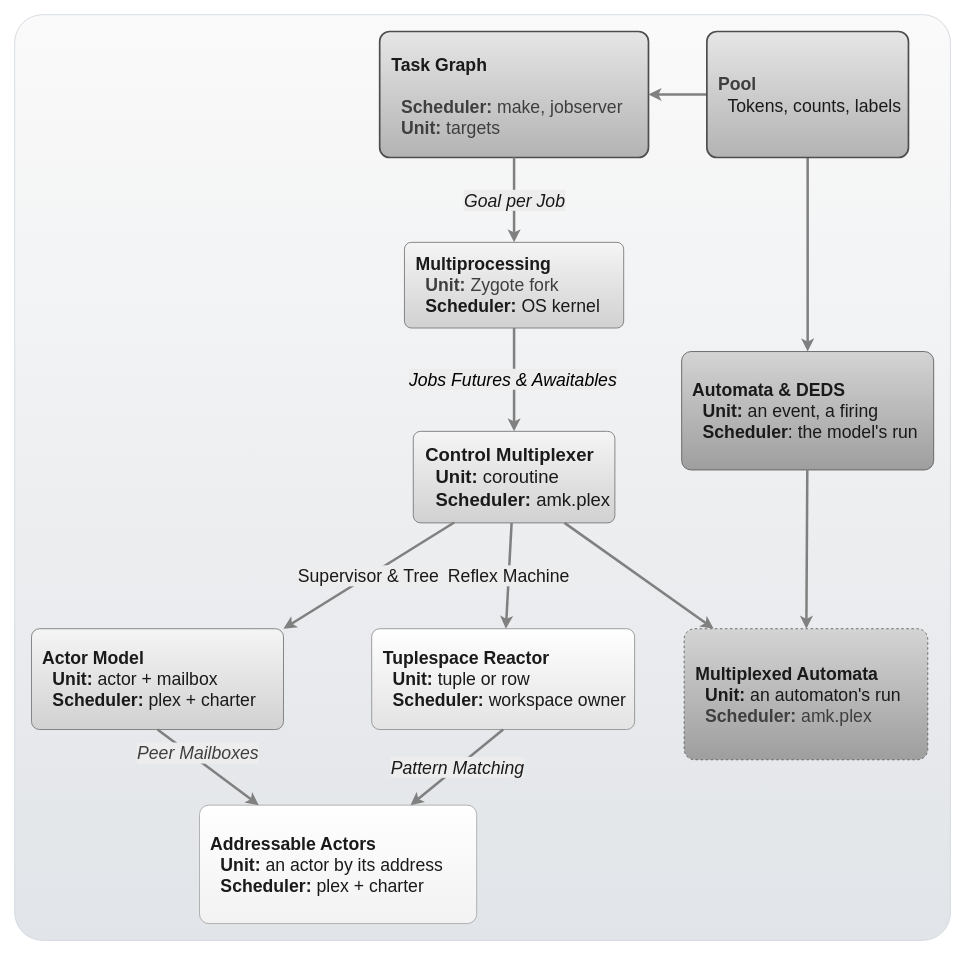
Earlier version of the draw.io diagram docs/img/runtime.drawio (Robot-Wranglers/ape-make). Source tidied: cells renumbered, new cells numbered last; positions are measured from the earlier drawing's top-left corner, leaving out a move shared by most shapes. Both pictures are drawn from the tidied source at 84%, with x=0, y=0 at pixel (14, 14).
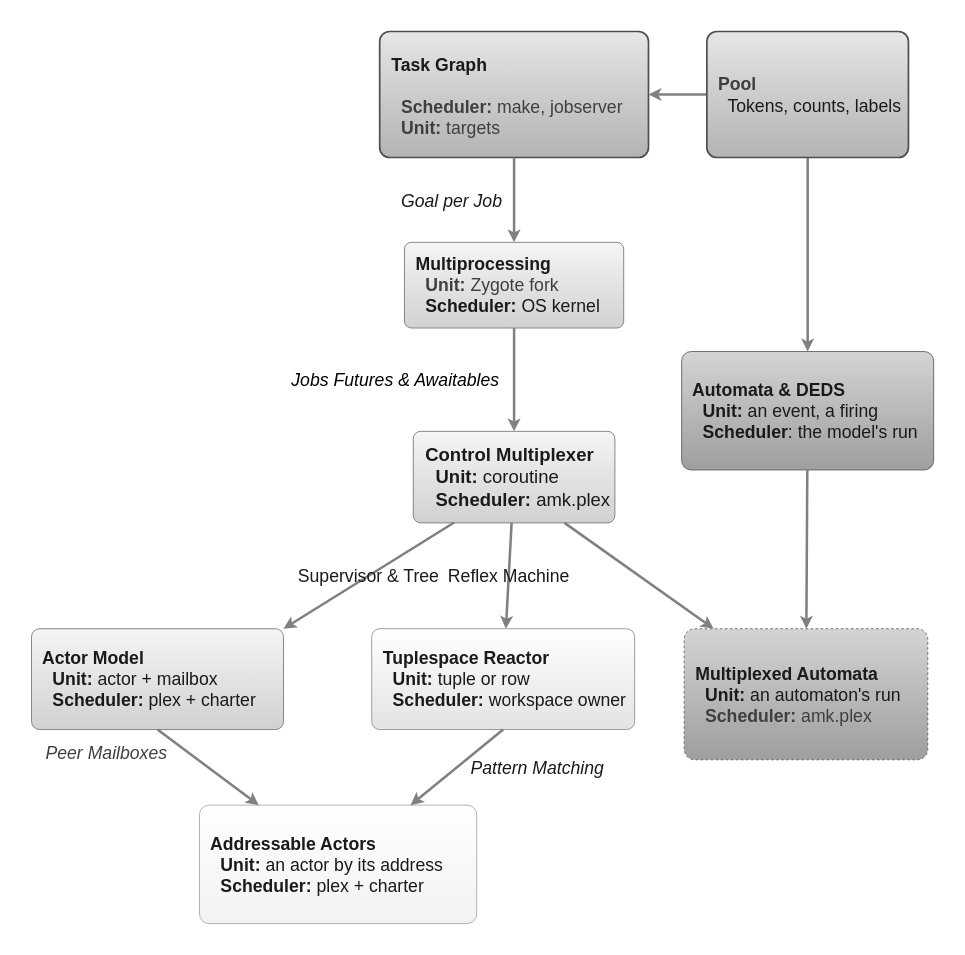
After the change.

The change refers to these unchanged cells:
```xml
<mxCell id="3" value="&lt;div&gt;&lt;font style=&quot;&quot;&gt;&lt;font style=&quot;font-size: 21px;&quot;&gt;&lt;b style=&quot;&quot;&gt;&lt;br&gt;&lt;/b&gt;&lt;/font&gt;&lt;/font&gt;&lt;/div&gt;&lt;font style=&quot;&quot;&gt;&lt;font style=&quot;font-size: 21px;&quot;&gt;&lt;b style=&quot;&quot;&gt;&amp;nbsp; Task Graph&lt;/b&gt;&lt;br&gt;&lt;/font&gt;&lt;div style=&quot;&quot;&gt;&lt;span style=&quot;color: rgb(63, 63, 63); background-color: transparent;&quot;&gt;&lt;font style=&quot;font-size: 21px;&quot;&gt;&lt;br&gt;&lt;/font&gt;&lt;/span&gt;&lt;/div&gt;&lt;div style=&quot;&quot;&gt;&lt;span style=&quot;color: rgb(63, 63, 63); background-color: transparent;&quot;&gt;&lt;font style=&quot;font-size: 21px;&quot;&gt;&lt;b&gt;&amp;nbsp; &amp;nbsp; Scheduler:&lt;/b&gt; make, jobserver&lt;/font&gt;&lt;/span&gt;&lt;/div&gt;&lt;div style=&quot;&quot;&gt;&lt;span style=&quot;color: rgb(63, 63, 63); background-color: transparent;&quot;&gt;&lt;font style=&quot;font-size: 21px;&quot;&gt;&lt;b&gt;&amp;nbsp; &amp;nbsp; Unit:&lt;/b&gt; targets&lt;/font&gt;&lt;/span&gt;&lt;/div&gt;&lt;div style=&quot;font-size: 18px;&quot;&gt;&lt;br&gt;&lt;/div&gt;&lt;/font&gt;" style="rounded=1;arcSize=8;whiteSpace=wrap;html=1;fillColor=#E6E6E6;gradientColor=#B3B3B3;strokeColor=#4D4D4D;fontColor=#1a1a1a;fontSize=14;strokeWidth=2;align=left;" parent="1" vertex="1">
  <mxGeometry x="434.5" y="20" width="320" height="150" as="geometry" />
</mxCell>
<mxCell id="4" value="&lt;font style=&quot;font-size: 21px;&quot;&gt;&lt;b style=&quot;&quot;&gt;&amp;nbsp; Multiprocessing&lt;/b&gt;&lt;/font&gt;&lt;div&gt;&lt;font style=&quot;font-size: 21px;&quot;&gt;&lt;b style=&quot;color: rgb(63, 63, 63); background-color: transparent;&quot;&gt;&amp;nbsp; &amp;nbsp; Unit:&lt;/b&gt;&lt;span style=&quot;color: rgb(63, 63, 63); background-color: transparent;&quot;&gt;&amp;nbsp;Zygote fork&amp;nbsp;&lt;/span&gt;&lt;b style=&quot;&quot;&gt;&lt;br&gt;&lt;/b&gt;&lt;b&gt;&amp;nbsp; &amp;nbsp; Scheduler:&lt;/b&gt; OS kernel&lt;/font&gt;&lt;/div&gt;" style="rounded=1;arcSize=8;whiteSpace=wrap;html=1;fillColor=#F5F5F5;gradientColor=#D1D1D1;strokeColor=#737373;fontColor=#1a1a1a;fontSize=14;fontFamily=Helvetica;fontColor=#1a1a1a;fontStyle=0;align=left;verticalAlign=middle;" parent="1" vertex="1">
  <mxGeometry x="464" y="271" width="261" height="102" as="geometry" />
</mxCell>
<mxCell id="5" value="&lt;font style=&quot;font-size: 22px;&quot;&gt;&lt;b style=&quot;&quot;&gt;&amp;nbsp; Control Multiplexer&lt;/b&gt;&lt;br&gt;&lt;b&gt;&amp;nbsp; &amp;nbsp; Unit:&lt;/b&gt; coroutine&lt;br&gt;&amp;nbsp; &amp;nbsp; &lt;b&gt;Scheduler:&lt;/b&gt; amk.plex&lt;/font&gt;" style="rounded=1;arcSize=8;whiteSpace=wrap;html=1;fillColor=#F5F5F5;gradientColor=#D1D1D1;strokeColor=#737373;fontColor=#1a1a1a;fontSize=14;align=left;" parent="1" vertex="1">
  <mxGeometry x="474.5" y="496" width="240" height="109" as="geometry" />
</mxCell>
<mxCell id="6" value="&lt;font style=&quot;font-size: 21px;&quot;&gt;&lt;b style=&quot;&quot;&gt;&amp;nbsp; Automata &amp;amp; DEDS&lt;/b&gt;&lt;br&gt;&amp;nbsp; &amp;nbsp; &lt;b&gt;Unit:&lt;/b&gt; an event, a firing&lt;br&gt;&amp;nbsp; &amp;nbsp; &lt;b&gt;Scheduler&lt;/b&gt;: the model's run&lt;/font&gt;" style="rounded=1;arcSize=8;whiteSpace=wrap;html=1;fillColor=#D4D4D4;gradientColor=#9E9E9E;strokeColor=#595959;fontColor=#1a1a1a;fontSize=14;fontFamily=Helvetica;fontColor=#1a1a1a;fontStyle=0;align=left;verticalAlign=middle;" parent="1" vertex="1">
  <mxGeometry x="794" y="401" width="300" height="141" as="geometry" />
</mxCell>
<mxCell id="7" value="&lt;font style=&quot;font-size: 21px;&quot;&gt;&lt;b style=&quot;&quot;&gt;&amp;nbsp; Actor Model&lt;/b&gt;&lt;br&gt;&lt;b&gt;&amp;nbsp; &amp;nbsp; Unit:&lt;/b&gt; actor + mailbox&lt;br&gt;&lt;b&gt;&amp;nbsp; &amp;nbsp; Scheduler:&lt;/b&gt; plex + charter&lt;/font&gt;" style="rounded=1;arcSize=8;whiteSpace=wrap;html=1;fillColor=#F5F5F5;gradientColor=#D1D1D1;strokeColor=#737373;fontColor=#1a1a1a;fontSize=14;align=left;" parent="1" vertex="1">
  <mxGeometry x="20" y="731" width="300" height="120" as="geometry" />
</mxCell>
<mxCell id="8" value="&lt;font style=&quot;font-size: 21px;&quot;&gt;&lt;b style=&quot;&quot;&gt;&amp;nbsp; Tuplespace Reactor&lt;/b&gt;&lt;br&gt;&lt;b&gt;&amp;nbsp; &amp;nbsp; Unit:&lt;/b&gt; tuple or row&lt;br&gt;&amp;nbsp; &amp;nbsp; &lt;b&gt;Scheduler:&lt;/b&gt; workspace owner&lt;/font&gt;" style="rounded=1;arcSize=8;whiteSpace=wrap;html=1;fillColor=#FFFFFF;gradientColor=#E3E3E3;strokeColor=#8C8C8C;fontColor=#1a1a1a;fontSize=14;align=left;" parent="1" vertex="1">
  <mxGeometry x="425" y="731" width="313" height="120" as="geometry" />
</mxCell>
<mxCell id="9" value="&lt;font style=&quot;font-size: 21px;&quot;&gt;&lt;b style=&quot;&quot;&gt;&amp;nbsp; Multiplexed Automata&lt;/b&gt;&lt;br&gt;&lt;b&gt;&amp;nbsp; &amp;nbsp; Unit:&lt;/b&gt; an automaton's run&lt;/font&gt;&lt;div&gt;&lt;b style=&quot;color: rgb(63, 63, 63); font-size: 21px; background-color: transparent;&quot;&gt;&amp;nbsp; &amp;nbsp; Scheduler:&lt;/b&gt;&lt;span style=&quot;color: rgb(63, 63, 63); font-size: 21px; background-color: transparent;&quot;&gt; amk.plex&lt;/span&gt;&lt;/div&gt;" style="rounded=1;arcSize=8;whiteSpace=wrap;html=1;fillColor=#D4D4D4;gradientColor=#9E9E9E;strokeColor=#595959;fontColor=#1a1a1a;fontSize=14;dashed=1;align=left;" parent="1" vertex="1">
  <mxGeometry x="797" y="731" width="290" height="156" as="geometry" />
</mxCell>
<mxCell id="10" value="&lt;font style=&quot;font-size: 21px;&quot;&gt;&lt;b style=&quot;&quot;&gt;&amp;nbsp; Addressable Actors&lt;/b&gt;&lt;br&gt;&lt;b&gt;&amp;nbsp; &amp;nbsp; Unit:&lt;/b&gt; an actor by its address&lt;br&gt;&lt;b&gt;&amp;nbsp; &amp;nbsp; Scheduler:&lt;/b&gt; plex + charter&lt;/font&gt;" style="rounded=1;arcSize=8;whiteSpace=wrap;html=1;fillColor=#FFFFFF;gradientColor=#F2F2F2;strokeColor=#A6A6A6;fontColor=#1a1a1a;fontSize=14;align=left;" parent="1" vertex="1">
  <mxGeometry x="220" y="941" width="330" height="141" as="geometry" />
</mxCell>
<mxCell id="23" value="&lt;div&gt;&lt;b style=&quot;color: rgb(63, 63, 63); background-color: transparent;&quot;&gt;&lt;font style=&quot;font-size: 21px;&quot;&gt;&amp;nbsp; Pool&lt;/font&gt;&lt;/b&gt;&lt;/div&gt;&lt;div&gt;&lt;font style=&quot;font-size: 21px;&quot;&gt;&amp;nbsp; &amp;nbsp; Tokens, counts, labels&lt;/font&gt;&lt;/div&gt;" style="rounded=1;arcSize=8;whiteSpace=wrap;html=1;fillColor=#E6E6E6;gradientColor=#B3B3B3;strokeColor=#4D4D4D;fontColor=#1a1a1a;fontSize=14;strokeWidth=2;align=left;" parent="1" vertex="1">
  <mxGeometry x="824" y="20" width="240" height="150" as="geometry" />
</mxCell>
```

Change to the diagram source:
```diff
@@
-    <mxCell id="2" style="rounded=1;arcSize=3;whiteSpace=wrap;html=1;fillColor=#FAFAFA;gradientColor=#E1E4E8;gradientDirection=south;strokeColor=#D0D7DE;strokeWidth=1;" parent="1" vertex="1">
-      <mxGeometry width="1114" height="1102" as="geometry" />
-    </mxCell>
@@
-    <mxCell id="11" value="&lt;font style=&quot;font-size: 21px;&quot;&gt;&lt;i&gt;Goal per Job&lt;/i&gt;&lt;/font&gt;" style="html=1;endArrow=classic;strokeColor=#808080;fontSize=11;rounded=1;strokeWidth=3;align=center;verticalAlign=middle;fontFamily=Helvetica;fontColor=#1a1a1a;labelBackgroundColor=#EDEDED;" parent="1" edge="1" source="3" target="4">
-      <mxGeometry relative="1" as="geometry" />
+    <mxCell id="11" value="&lt;font style=&quot;font-size: 21px;&quot;&gt;&lt;i&gt;Goal per Job&lt;/i&gt;&lt;/font&gt;" style="html=1;endArrow=classic;strokeColor=#808080;fontSize=11;rounded=1;strokeWidth=3;align=center;verticalAlign=middle;fontFamily=Helvetica;fontColor=#1a1a1a;labelBackgroundColor=none;" parent="1" edge="1" source="3" target="4">
+      <mxGeometry relative="1" as="geometry">
+        <mxPoint x="-75" as="offset" />
+      </mxGeometry>
     </mxCell>
-    <mxCell id="12" style="html=1;endArrow=classic;strokeColor=#808080;fontSize=11;exitX=0.5;exitY=1;exitDx=0;exitDy=0;rounded=1;strokeWidth=3;align=center;verticalAlign=middle;fontFamily=Helvetica;fontColor=#1a1a1a;labelBackgroundColor=#EDEDED;" parent="1" edge="1" source="4" target="5">
+    <mxCell id="12" style="html=1;endArrow=classic;strokeColor=#808080;fontSize=11;exitX=0.5;exitY=1;exitDx=0;exitDy=0;rounded=1;strokeWidth=3;align=center;verticalAlign=middle;fontFamily=Helvetica;fontColor=#1a1a1a;labelBackgroundColor=none;" parent="1" edge="1" source="4" target="5">
       <mxGeometry x="-0.19" y="278" relative="1" as="geometry">
         <mxPoint x="-38" y="-141" as="offset" />
       </mxGeometry>
     </mxCell>
-    <mxCell id="13" value="&lt;span style=&quot;color: rgb(0, 0, 0);&quot;&gt;&lt;font style=&quot;font-size: 21px;&quot;&gt;&lt;i&gt;Jobs Futures &amp;amp; Awaitables&lt;/i&gt;&lt;/font&gt;&lt;/span&gt;" style="edgeLabel;html=1;align=center;verticalAlign=middle;fontFamily=Helvetica;fontSize=11;fontColor=#1a1a1a;fontStyle=0;labelBackgroundColor=#EDEDED;" parent="12" vertex="1">
-      <mxGeometry x="-0.03" y="-2" relative="1" as="geometry" />
+    <mxCell id="13" value="&lt;span style=&quot;color: rgb(0, 0, 0);&quot;&gt;&lt;font style=&quot;font-size: 21px;&quot;&gt;&lt;i&gt;Jobs Futures &amp;amp; Awaitables&lt;/i&gt;&lt;/font&gt;&lt;/span&gt;" style="edgeLabel;html=1;align=center;verticalAlign=middle;fontFamily=Helvetica;fontSize=11;fontColor=#1a1a1a;fontStyle=0;labelBackgroundColor=none;" parent="12" vertex="1">
+      <mxGeometry x="-0.03" y="-2" relative="1" as="geometry">
+        <mxPoint x="-140" as="offset" />
+      </mxGeometry>
     </mxCell>
-    <mxCell id="14" value="&lt;font style=&quot;font-size: 21px;&quot;&gt;Supervisor &amp;amp; Tree&lt;/font&gt;" style="html=1;endArrow=classic;strokeColor=#808080;fontSize=11;rounded=1;strokeWidth=3;align=center;verticalAlign=middle;fontFamily=Helvetica;fontColor=#1a1a1a;labelBackgroundColor=#EDEDED;exitX=0.203;exitY=0.996;exitDx=0;exitDy=0;entryX=1;entryY=0;entryDx=0;entryDy=0;exitPerimeter=0;" parent="1" edge="1" source="5" target="7">
+    <mxCell id="14" value="&lt;font style=&quot;font-size: 21px;&quot;&gt;Supervisor &amp;amp; Tree&lt;/font&gt;" style="html=1;endArrow=classic;strokeColor=#808080;fontSize=11;rounded=1;strokeWidth=3;align=center;verticalAlign=middle;fontFamily=Helvetica;fontColor=#1a1a1a;labelBackgroundColor=none;exitX=0.203;exitY=0.996;exitDx=0;exitDy=0;entryX=1;entryY=0;entryDx=0;entryDy=0;exitPerimeter=0;" parent="1" edge="1" source="5" target="7">
       <mxGeometry relative="1" as="geometry" />
     </mxCell>
-    <mxCell id="15" value="&lt;span style=&quot;font-size: 21px;&quot;&gt;Reflex Machine&lt;/span&gt;" style="html=1;endArrow=classic;strokeColor=#808080;fontSize=11;fontFamily=Helvetica;fontColor=#1a1a1a;align=center;verticalAlign=middle;labelBackgroundColor=#EDEDED;rounded=1;strokeWidth=3;" parent="1" edge="1" source="5" target="8">
+    <mxCell id="15" value="&lt;span style=&quot;font-size: 21px;&quot;&gt;Reflex Machine&lt;/span&gt;" style="html=1;endArrow=classic;strokeColor=#808080;fontSize=11;fontFamily=Helvetica;fontColor=#1a1a1a;align=center;verticalAlign=middle;labelBackgroundColor=none;rounded=1;strokeWidth=3;" parent="1" edge="1" source="5" target="8">
       <mxGeometry relative="1" as="geometry" />
     </mxCell>
-    <mxCell id="16" style="html=1;endArrow=classic;strokeColor=#808080;rounded=1;strokeWidth=3;align=center;verticalAlign=middle;fontFamily=Helvetica;fontSize=11;fontColor=#1a1a1a;labelBackgroundColor=#EDEDED;exitX=0.75;exitY=1;exitDx=0;exitDy=0;" parent="1" edge="1" source="5" target="9">
+    <mxCell id="16" style="html=1;endArrow=classic;strokeColor=#808080;rounded=1;strokeWidth=3;align=center;verticalAlign=middle;fontFamily=Helvetica;fontSize=11;fontColor=#1a1a1a;labelBackgroundColor=none;exitX=0.75;exitY=1;exitDx=0;exitDy=0;" parent="1" edge="1" source="5" target="9">
       <mxGeometry relative="1" as="geometry" />
     </mxCell>
-    <mxCell id="17" style="html=1;endArrow=classic;strokeColor=#808080;rounded=1;strokeWidth=3;align=center;verticalAlign=middle;fontFamily=Helvetica;fontSize=11;fontColor=#1a1a1a;labelBackgroundColor=#EDEDED;" parent="1" edge="1" source="6" target="9">
+    <mxCell id="17" style="html=1;endArrow=classic;strokeColor=#808080;rounded=1;strokeWidth=3;align=center;verticalAlign=middle;fontFamily=Helvetica;fontSize=11;fontColor=#1a1a1a;labelBackgroundColor=none;" parent="1" edge="1" source="6" target="9">
       <mxGeometry relative="1" as="geometry" />
     </mxCell>
-    <mxCell id="18" style="html=1;endArrow=classic;strokeColor=#808080;rounded=1;strokeWidth=3;align=center;verticalAlign=middle;fontFamily=Helvetica;fontSize=11;fontColor=#1a1a1a;labelBackgroundColor=#EDEDED;exitX=0.5;exitY=1;exitDx=0;exitDy=0;" parent="1" edge="1" source="7" target="10">
+    <mxCell id="18" style="html=1;endArrow=classic;strokeColor=#808080;rounded=1;strokeWidth=3;align=center;verticalAlign=middle;fontFamily=Helvetica;fontSize=11;fontColor=#1a1a1a;labelBackgroundColor=none;exitX=0.5;exitY=1;exitDx=0;exitDy=0;" parent="1" edge="1" source="7" target="10">
       <mxGeometry relative="1" as="geometry" />
     </mxCell>
-    <mxCell id="19" value="&lt;span style=&quot;color: rgb(63, 63, 63); font-size: 21px;&quot;&gt;&lt;i&gt;Peer Mailboxes&lt;/i&gt;&lt;/span&gt;" style="edgeLabel;html=1;align=center;verticalAlign=middle;fontColor=#1a1a1a;labelBackgroundColor=#EDEDED;" parent="18" vertex="1">
+    <mxCell id="19" value="&lt;span style=&quot;color: rgb(63, 63, 63); font-size: 21px;&quot;&gt;&lt;i&gt;Peer Mailboxes&lt;/i&gt;&lt;/span&gt;" style="edgeLabel;html=1;align=center;verticalAlign=middle;fontColor=#1a1a1a;labelBackgroundColor=none;" parent="18" vertex="1">
       <mxGeometry x="-0.27" y="7" relative="1" as="geometry">
-        <mxPoint x="-1" as="offset" />
+        <mxPoint x="-110" as="offset" />
       </mxGeometry>
     </mxCell>
-    <mxCell id="20" value="&lt;font style=&quot;font-size: 21px;&quot;&gt;&lt;i&gt;Pattern Matching&lt;/i&gt;&lt;/font&gt;" style="html=1;endArrow=classic;strokeColor=#808080;fontSize=11;rounded=1;strokeWidth=3;align=center;verticalAlign=middle;fontFamily=Helvetica;fontColor=#1a1a1a;labelBackgroundColor=#EDEDED;exitX=0.5;exitY=1;exitDx=0;exitDy=0;" parent="1" edge="1" source="8" target="10">
-      <mxGeometry relative="1" as="geometry" />
+    <mxCell id="20" value="&lt;font style=&quot;font-size: 21px;&quot;&gt;&lt;i&gt;Pattern Matching&lt;/i&gt;&lt;/font&gt;" style="html=1;endArrow=classic;strokeColor=#808080;fontSize=11;rounded=1;strokeWidth=3;align=center;verticalAlign=middle;fontFamily=Helvetica;fontColor=#1a1a1a;labelBackgroundColor=none;exitX=0.5;exitY=1;exitDx=0;exitDy=0;" parent="1" edge="1" source="8" target="10">
+      <mxGeometry relative="1" as="geometry">
+        <mxPoint x="95" as="offset" />
+      </mxGeometry>
     </mxCell>
@@
-    <mxCell id="22" style="edgeStyle=none;html=1;exitX=0;exitY=0.5;exitDx=0;exitDy=0;entryX=1;entryY=0.5;entryDx=0;entryDy=0;rounded=1;strokeColor=#808080;strokeWidth=3;align=center;verticalAlign=middle;fontFamily=Helvetica;fontSize=11;fontColor=#1a1a1a;labelBackgroundColor=#EDEDED;endArrow=classic;" parent="1" edge="1" source="23" target="3">
+    <mxCell id="22" style="edgeStyle=none;html=1;exitX=0;exitY=0.5;exitDx=0;exitDy=0;entryX=1;entryY=0.5;entryDx=0;entryDy=0;rounded=1;strokeColor=#808080;strokeWidth=3;align=center;verticalAlign=middle;fontFamily=Helvetica;fontSize=11;fontColor=#1a1a1a;labelBackgroundColor=none;endArrow=classic;" parent="1" edge="1" source="23" target="3">
       <mxGeometry relative="1" as="geometry" />
     </mxCell>
```
